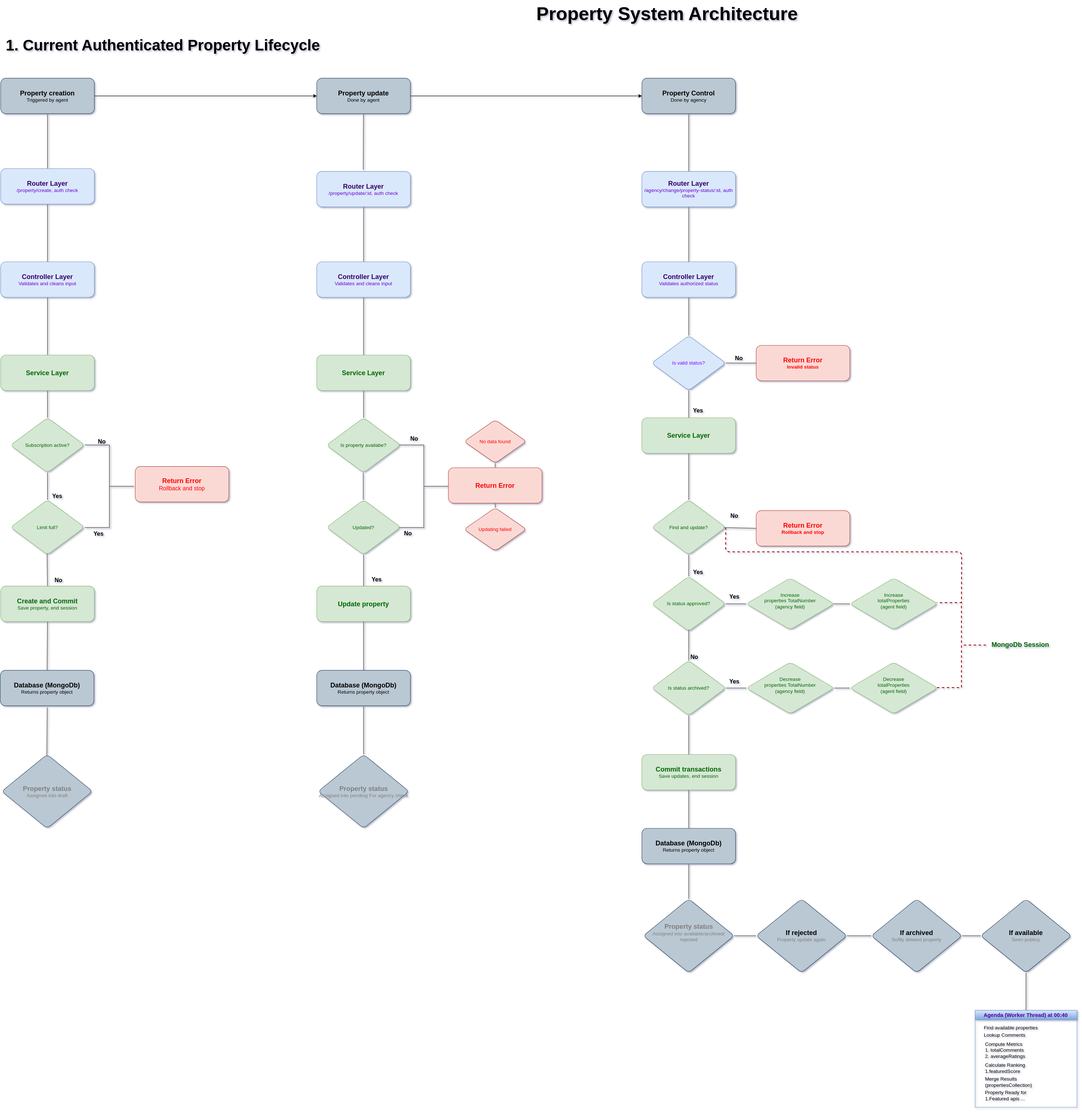
This is prop-architecture.drawio.svg from ShohbozKurbonbekov/resido-backend, a draw.io export, as it was before one commit. Source tidied: cells renumbered, new cells last; positions are measured from the earlier drawing's top-left corner, leaving out a move shared by most shapes.
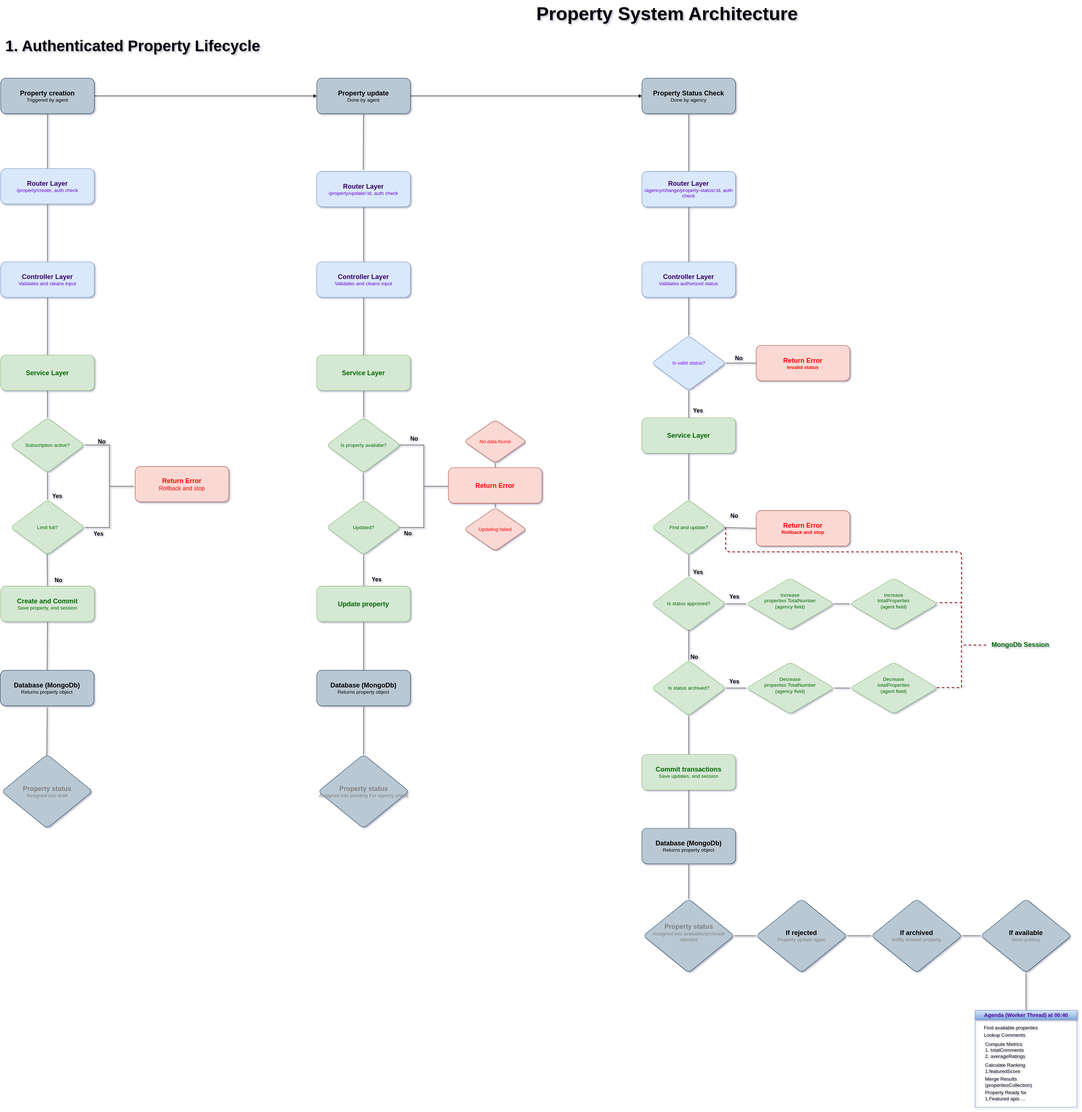
Later version of the same file.

Change to the diagram source:
```diff
@@ -2,8 +2,8 @@
   <root>
     <mxCell id="0" />
     <mxCell id="1" parent="0" />
-    <mxCell id="2" value="&lt;font style=&quot;font-size: 37px;&quot;&gt;&lt;b&gt;1. Current Authenticated Property Lifecycle&lt;/b&gt;&lt;/font&gt;" style="text;html=1;align=center;verticalAlign=middle;strokeColor=none;fillColor=none;" parent="1" vertex="1">
-      <mxGeometry x="4.8" y="82" width="779" height="56" as="geometry" />
+    <mxCell id="2" value="&lt;font style=&quot;font-size: 37px;&quot;&gt;&lt;b&gt;1. Authenticated Property Lifecycle&lt;/b&gt;&lt;/font&gt;" style="text;html=1;align=center;verticalAlign=middle;strokeColor=none;fillColor=none;" parent="1" vertex="1">
+      <mxGeometry x="3.5" y="84" width="635" height="56" as="geometry" />
     </mxCell>
     <mxCell id="3" style="edgeStyle=none;html=1;entryX=0;entryY=0.5;entryDx=0;entryDy=0;" parent="1" edge="1" source="4" target="28">
       <mxGeometry relative="1" as="geometry" />
@@ -168,7 +168,7 @@
     <mxCell id="53" style="endArrow=none;html=1;entryX=0.5;entryY=1;entryDx=0;entryDy=0;strokeColor=#808080;strokeWidth=2;exitX=0.5;exitY=0;exitDx=0;exitDy=0;" parent="1" edge="1" source="52" target="51">
       <mxGeometry relative="1" as="geometry" />
     </mxCell>
-    <mxCell id="54" value="&lt;div&gt;&lt;span style=&quot;font-size: 16px;&quot;&gt;&lt;b&gt;Property Control&lt;/b&gt;&lt;/span&gt;&lt;/div&gt;&lt;div&gt;Done by agency&lt;/div&gt;" style="rounded=1;whiteSpace=wrap;html=1;fillColor=#bac8d3;strokeColor=#23445d;" parent="1" vertex="1">
+    <mxCell id="54" value="&lt;div&gt;&lt;span style=&quot;font-size: 16px;&quot;&gt;&lt;b&gt;Property Status Check&lt;/b&gt;&lt;/span&gt;&lt;/div&gt;&lt;div&gt;Done by agency&lt;/div&gt;" style="rounded=1;whiteSpace=wrap;html=1;fillColor=#bac8d3;strokeColor=#23445d;" parent="1" vertex="1">
       <mxGeometry x="1555" y="189" width="227" height="86" as="geometry" />
     </mxCell>
     <mxCell id="55" style="endArrow=none;html=1;strokeWidth=2;strokeColor=#808080;entryX=0.5;entryY=1;entryDx=0;entryDy=0;exitX=0.5;exitY=0;exitDx=0;exitDy=0;" parent="1" edge="1" source="56" target="54">
```
